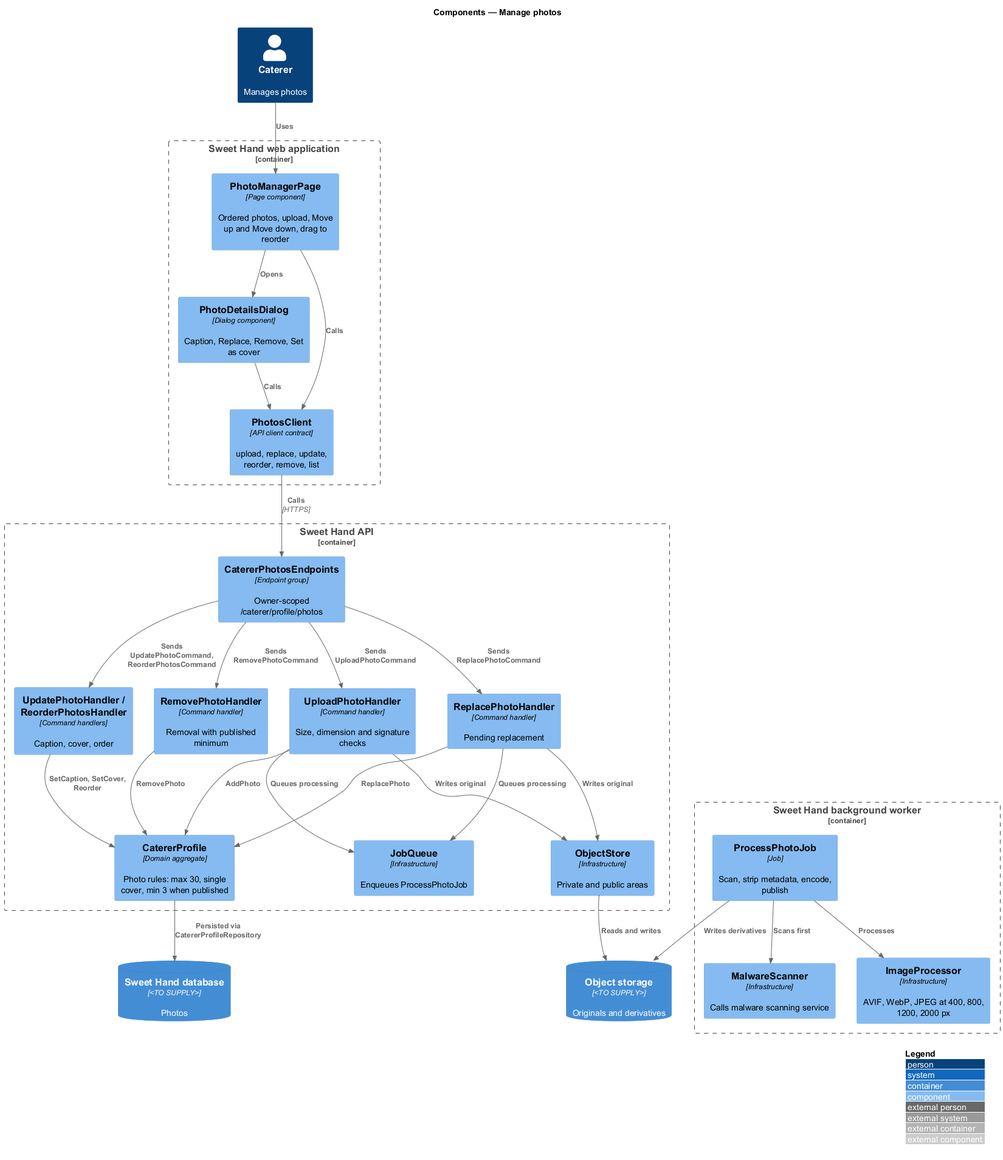
Earlier version of the PlantUML export docs/detailed-designs/caterer-profiles/manage-photos/diagrams/c4-component.png (QuinntyneBrown/sweet-hand). The source it was exported from:
```plantuml
@startuml
!include <C4/C4_Component>
LAYOUT_WITH_LEGEND()
title Components — Manage photos

Person(caterer, "Caterer", "Manages photos")
Container_Boundary(web, "Sweet Hand web application") {
  Component(page, "PhotoManagerPage", "Page component", "Ordered photos, upload, Move up and Move down, drag to reorder")
  Component(dialog, "PhotoDetailsDialog", "Dialog component", "Caption, Replace, Remove, Set as cover")
  Component(client, "PhotosClient", "API client contract", "upload, replace, update, reorder, remove, list")
}
Container_Boundary(api, "Sweet Hand API") {
  Component(endpoints, "CatererPhotosEndpoints", "Endpoint group", "Owner-scoped /caterer/profile/photos")
  Component(upload, "UploadPhotoHandler", "Command handler", "Size, dimension and signature checks")
  Component(replace, "ReplacePhotoHandler", "Command handler", "Pending replacement")
  Component(update, "UpdatePhotoHandler / ReorderPhotosHandler", "Command handlers", "Caption, cover, order")
  Component(remove, "RemovePhotoHandler", "Command handler", "Removal with published minimum")
  Component(profile, "CatererProfile", "Domain aggregate", "Photo rules: max 30, single cover, min 3 when published")
  Component(store, "ObjectStore", "Infrastructure", "Private and public areas")
  Component(jobs, "JobQueue", "Infrastructure", "Enqueues ProcessPhotoJob")
}
Container_Boundary(worker, "Sweet Hand background worker") {
  Component(process, "ProcessPhotoJob", "Job", "Scan, strip metadata, encode, publish")
  Component(scanner, "MalwareScanner", "Infrastructure", "Calls malware scanning service")
  Component(imaging, "ImageProcessor", "Infrastructure", "AVIF, WebP, JPEG at 400, 800, 1200, 2000 px")
}
ContainerDb(db, "Sweet Hand database", "<TO SUPPLY>", "Photos")
ContainerDb(storage, "Object storage", "<TO SUPPLY>", "Originals and derivatives")

Rel(caterer, page, "Uses")
Rel(page, dialog, "Opens")
Rel(page, client, "Calls")
Rel(dialog, client, "Calls")
Rel(client, endpoints, "Calls", "HTTPS")
Rel(endpoints, upload, "Sends UploadPhotoCommand")
Rel(endpoints, replace, "Sends ReplacePhotoCommand")
Rel(endpoints, update, "Sends UpdatePhotoCommand, ReorderPhotosCommand")
Rel(endpoints, remove, "Sends RemovePhotoCommand")
Rel(upload, profile, "AddPhoto")
Rel(replace, profile, "ReplacePhoto")
Rel(update, profile, "SetCaption, SetCover, Reorder")
Rel(remove, profile, "RemovePhoto")
Rel(upload, store, "Writes original")
Rel(replace, store, "Writes original")
Rel(upload, jobs, "Queues processing")
Rel(replace, jobs, "Queues processing")
Rel(profile, db, "Persisted via CatererProfileRepository")
Rel(process, scanner, "Scans first")
Rel(process, imaging, "Processes")
Rel(process, storage, "Writes derivatives")
Rel(store, storage, "Reads and writes")
@enduml
```
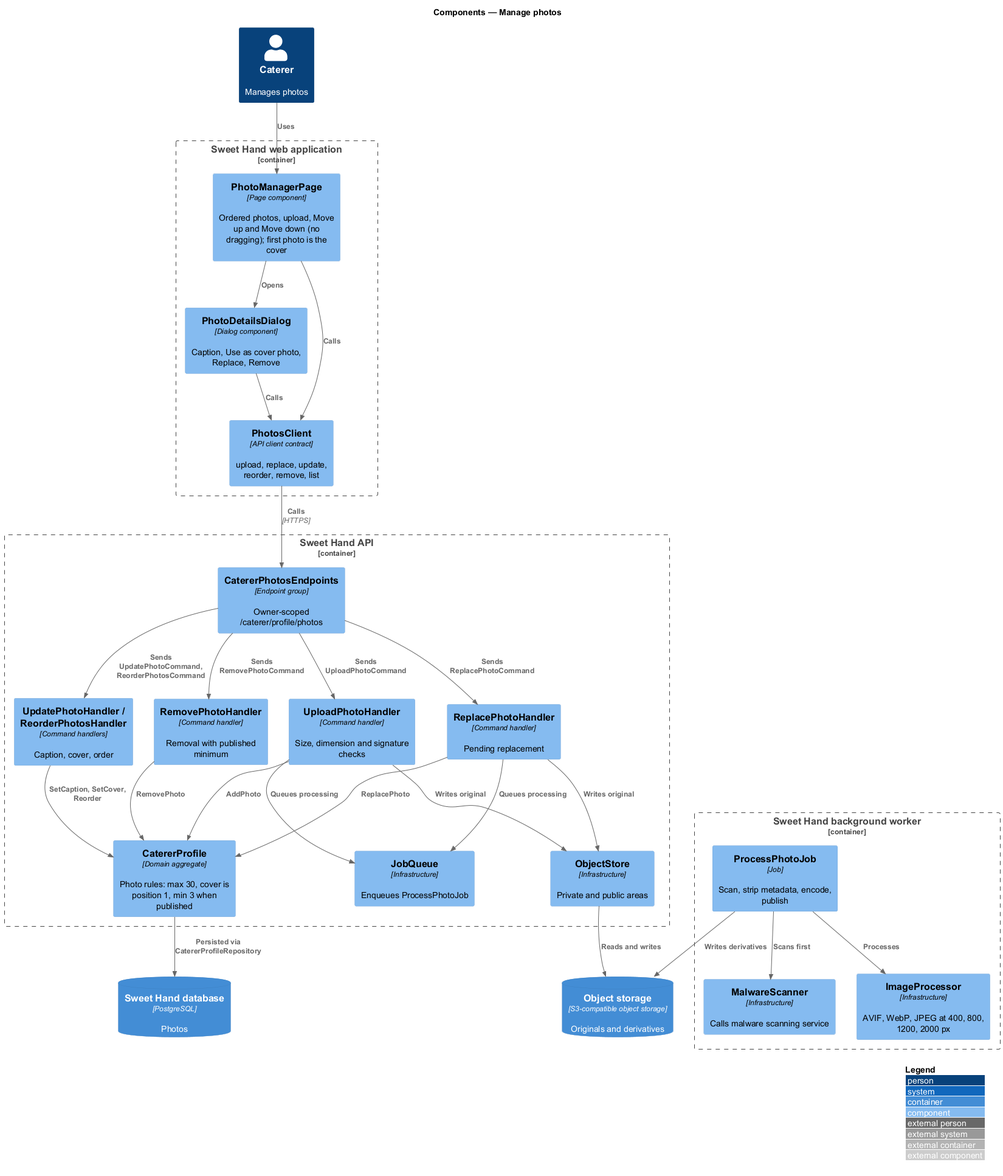
After the change.

Change to the diagram source:
```diff
@@ -5,8 +5,8 @@
 
 Person(caterer, "Caterer", "Manages photos")
 Container_Boundary(web, "Sweet Hand web application") {
-  Component(page, "PhotoManagerPage", "Page component", "Ordered photos, upload, Move up and Move down, drag to reorder")
-  Component(dialog, "PhotoDetailsDialog", "Dialog component", "Caption, Replace, Remove, Set as cover")
+  Component(page, "PhotoManagerPage", "Page component", "Ordered photos, upload, Move up and Move down (no dragging); first photo is the cover")
+  Component(dialog, "PhotoDetailsDialog", "Dialog component", "Caption, Use as cover photo, Replace, Remove")
   Component(client, "PhotosClient", "API client contract", "upload, replace, update, reorder, remove, list")
 }
 Container_Boundary(api, "Sweet Hand API") {
@@ -15,7 +15,7 @@
   Component(replace, "ReplacePhotoHandler", "Command handler", "Pending replacement")
   Component(update, "UpdatePhotoHandler / ReorderPhotosHandler", "Command handlers", "Caption, cover, order")
   Component(remove, "RemovePhotoHandler", "Command handler", "Removal with published minimum")
-  Component(profile, "CatererProfile", "Domain aggregate", "Photo rules: max 30, single cover, min 3 when published")
+  Component(profile, "CatererProfile", "Domain aggregate", "Photo rules: max 30, cover is position 1, min 3 when published")
   Component(store, "ObjectStore", "Infrastructure", "Private and public areas")
   Component(jobs, "JobQueue", "Infrastructure", "Enqueues ProcessPhotoJob")
 }
@@ -24,8 +24,8 @@
   Component(scanner, "MalwareScanner", "Infrastructure", "Calls malware scanning service")
   Component(imaging, "ImageProcessor", "Infrastructure", "AVIF, WebP, JPEG at 400, 800, 1200, 2000 px")
 }
-ContainerDb(db, "Sweet Hand database", "<TO SUPPLY>", "Photos")
-ContainerDb(storage, "Object storage", "<TO SUPPLY>", "Originals and derivatives")
+ContainerDb(db, "Sweet Hand database", "PostgreSQL", "Photos")
+ContainerDb(storage, "Object storage", "S3-compatible object storage", "Originals and derivatives")
 
 Rel(caterer, page, "Uses")
 Rel(page, dialog, "Opens")
```
